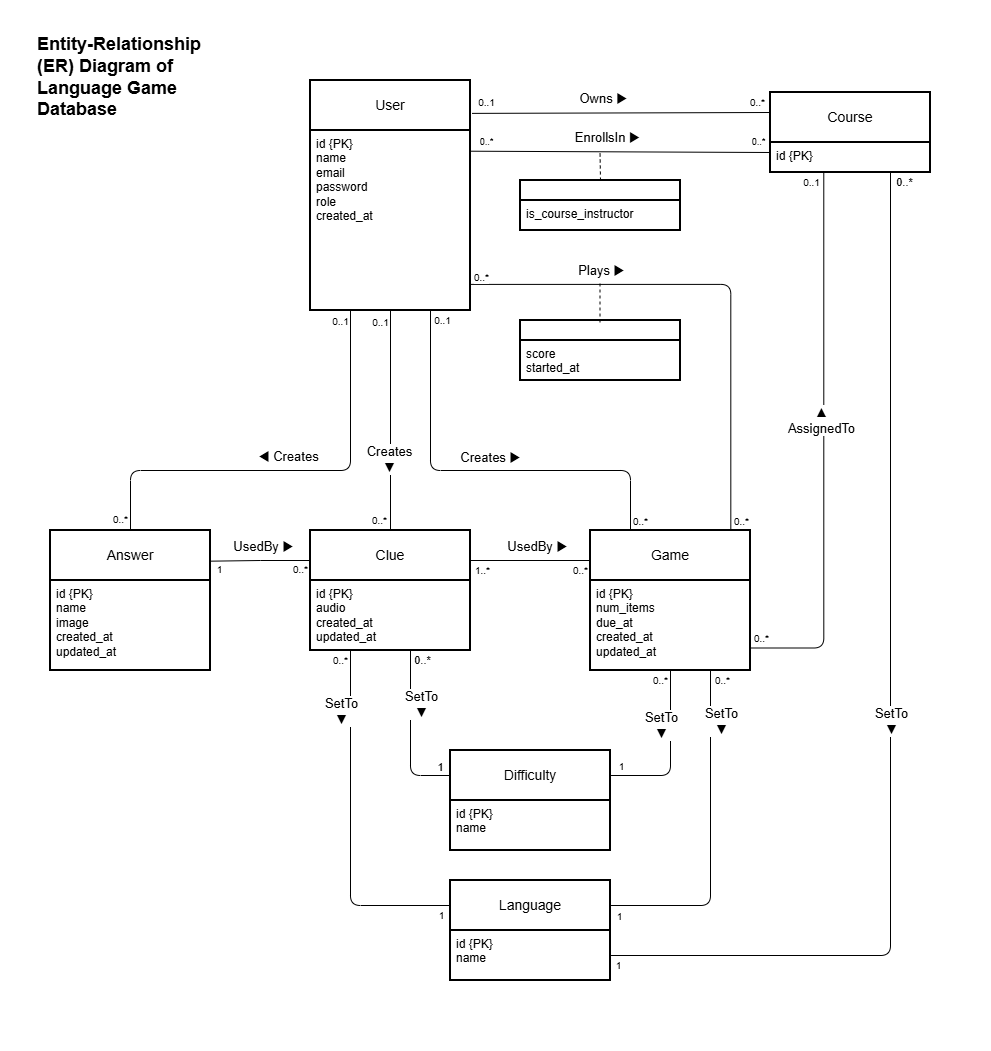
Before: docs/system-design/db-design/ER-diagram.drawio.png, a diagram exported from draw.io (COSC-499-W2026/capstone-project-team-9). Source tidied: cells renumbered, new cells last; positions are measured from the earlier drawing's top-left corner, leaving out a move shared by most shapes.
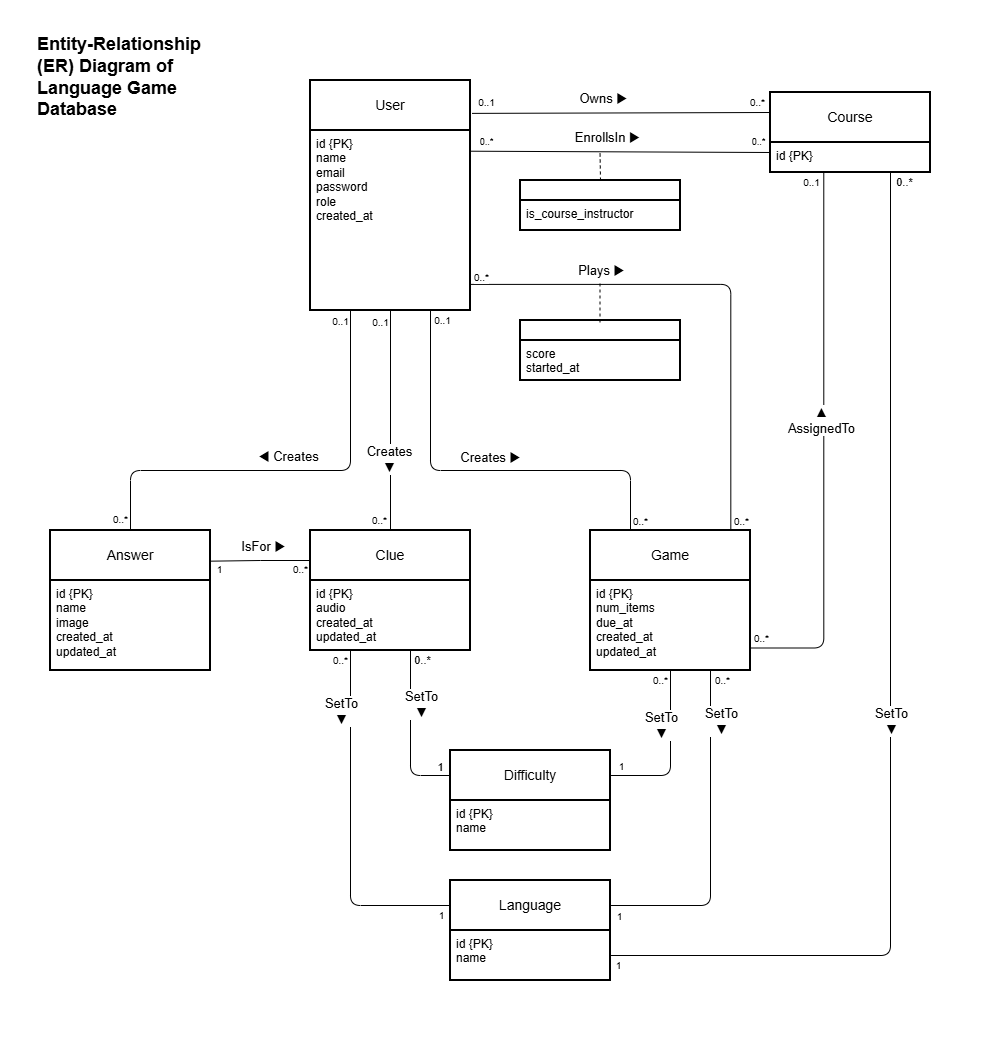
The same file after the commit.

Commit message:
Remove Clue-Game relationship from ER diagram

The edit, as a diff of the source:
```diff
@@ -165,7 +165,7 @@
         </Array>
       </mxGeometry>
     </mxCell>
-    <mxCell id="41" value="UsedBy ▶" style="edgeLabel;html=1;align=center;verticalAlign=middle;fontSize=13;rounded=0;" parent="40" vertex="1">
+    <mxCell id="41" value="IsFor ▶" style="edgeLabel;html=1;align=center;verticalAlign=middle;fontSize=13;rounded=0;" parent="40" vertex="1">
       <mxGeometry x="-0.35" y="-2" relative="1" as="geometry">
         <mxPoint x="-16" y="-13" as="offset" />
       </mxGeometry>
@@ -180,24 +180,6 @@
         <mxPoint x="80" y="7" as="offset" />
       </mxGeometry>
     </mxCell>
-    <mxCell id="44" style="endArrow=none;html=1;rounded=0;exitX=1;exitY=0.25;exitDx=0;exitDy=0;entryX=0;entryY=0;entryDx=0;entryDy=0;edgeStyle=orthogonalEdgeStyle;" parent="1" edge="1" source="21" target="24">
-      <mxGeometry relative="1" as="geometry" />
-    </mxCell>
-    <mxCell id="45" value="UsedBy ▶" style="edgeLabel;html=1;align=center;verticalAlign=middle;fontSize=13;rounded=0;" parent="44" vertex="1">
-      <mxGeometry x="-0.35" y="-2" relative="1" as="geometry">
-        <mxPoint x="21" y="-17" as="offset" />
-      </mxGeometry>
-    </mxCell>
-    <mxCell id="46" value="1..*" style="edgeLabel;html=1;align=center;verticalAlign=middle;fontSize=10;" parent="44" vertex="1">
-      <mxGeometry x="-0.82" relative="1" as="geometry">
-        <mxPoint x="-2" y="9" as="offset" />
-      </mxGeometry>
-    </mxCell>
-    <mxCell id="47" value="0..*" style="edgeLabel;html=1;align=center;verticalAlign=middle;fontSize=10;" parent="44" vertex="1">
-      <mxGeometry x="-0.82" relative="1" as="geometry">
-        <mxPoint x="96" y="9" as="offset" />
-      </mxGeometry>
-    </mxCell>
     <mxCell id="48" style="endArrow=none;html=1;rounded=1;exitX=0.75;exitY=1;exitDx=0;exitDy=0;entryX=1;entryY=0.25;entryDx=0;entryDy=0;edgeStyle=orthogonalEdgeStyle;libavoidRouting=1;curved=0;" parent="1" edge="1" source="23" target="15">
       <mxGeometry relative="1" as="geometry">
         <Array as="points">
```
